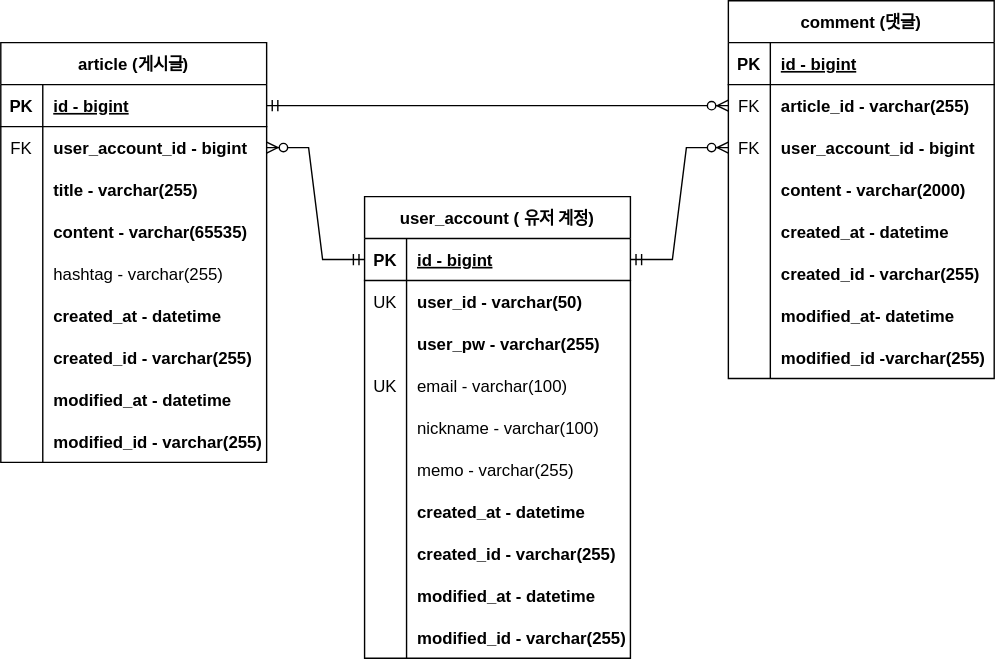
Earlier version of the draw.io export document/board-erd.svg (jinnnii/fastcampus-backend-board). Source tidied: cells renumbered, new cells last; positions are measured from the earlier drawing's top-left corner, leaving out a move shared by most shapes.
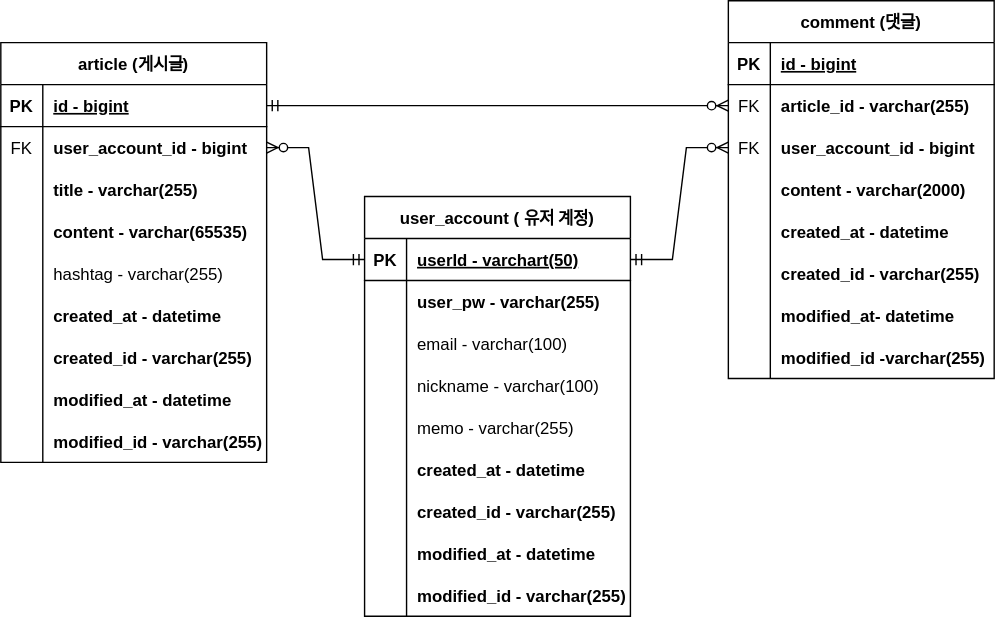
After the change.

The edit, as a diff of the source:
```diff
@@ -165,7 +165,7 @@
       <mxGeometry relative="1" as="geometry" />
     </mxCell>
     <mxCell id="56" value="user_account ( 유저 계정)" style="shape=table;startSize=30;rowLines=0;fontStyle=1;align=center;" parent="1" vertex="1">
-      <mxGeometry x="260" y="140" width="190" height="330" as="geometry" />
+      <mxGeometry x="260" y="140" width="190" height="300" as="geometry" />
     </mxCell>
     <mxCell id="57" style="shape=tableRow;horizontal=0;startSize=0;swimlaneHead=0;swimlaneBody=0;fillColor=none;points=[[0,0.5],[1,0.5]];portConstraint=eastwest;top=0;left=0;right=0;bottom=1;" parent="56" vertex="1">
       <mxGeometry y="30" width="190" height="30" as="geometry" />
@@ -173,20 +173,11 @@
     <mxCell id="58" value="PK" style="shape=partialRectangle;fillColor=none;top=0;left=0;bottom=0;right=0;fontStyle=1;overflow=hidden;" parent="57" vertex="1">
       <mxGeometry width="30" height="30" as="geometry" />
     </mxCell>
-    <mxCell id="59" value="id - bigint" style="shape=partialRectangle;fillColor=none;top=0;left=0;bottom=0;right=0;align=left;spacingLeft=6;fontStyle=5;overflow=hidden;" parent="57" vertex="1">
+    <mxCell id="59" value="userId - varchart(50)" style="shape=partialRectangle;fillColor=none;top=0;left=0;bottom=0;right=0;align=left;spacingLeft=6;fontStyle=5;overflow=hidden;" parent="57" vertex="1">
       <mxGeometry x="30" width="160" height="30" as="geometry" />
     </mxCell>
-    <mxCell id="60" style="shape=tableRow;horizontal=0;startSize=0;swimlaneHead=0;swimlaneBody=0;fillColor=none;top=0;left=0;right=0;bottom=0;" parent="56" vertex="1">
-      <mxGeometry y="60" width="190" height="30" as="geometry" />
-    </mxCell>
-    <mxCell id="61" value="UK" style="shape=partialRectangle;fillColor=none;top=0;left=0;bottom=0;right=0;overflow=hidden;" parent="60" vertex="1">
-      <mxGeometry width="30" height="30" as="geometry" />
-    </mxCell>
-    <mxCell id="62" value="user_id - varchar(50)" style="shape=partialRectangle;fillColor=none;top=0;left=0;bottom=0;right=0;align=left;spacingLeft=6;overflow=hidden;fontStyle=1;" parent="60" vertex="1">
-      <mxGeometry x="30" width="160" height="30" as="geometry" />
-    </mxCell>
     <mxCell id="63" style="shape=tableRow;horizontal=0;startSize=0;swimlaneHead=0;swimlaneBody=0;fillColor=none;top=0;left=0;right=0;bottom=0;" parent="56" vertex="1">
-      <mxGeometry y="90" width="190" height="30" as="geometry" />
+      <mxGeometry y="60" width="190" height="30" as="geometry" />
     </mxCell>
     <mxCell id="64" style="shape=partialRectangle;fillColor=none;top=0;left=0;bottom=0;right=0;overflow=hidden;" parent="63" vertex="1">
       <mxGeometry width="30" height="30" as="geometry" />
@@ -195,16 +186,16 @@
       <mxGeometry x="30" width="160" height="30" as="geometry" />
     </mxCell>
     <mxCell id="66" style="shape=tableRow;horizontal=0;startSize=0;swimlaneHead=0;swimlaneBody=0;fillColor=none;top=0;left=0;right=0;bottom=0;" parent="56" vertex="1">
-      <mxGeometry y="120" width="190" height="30" as="geometry" />
+      <mxGeometry y="90" width="190" height="30" as="geometry" />
     </mxCell>
-    <mxCell id="67" value="UK" style="shape=partialRectangle;fillColor=none;top=0;left=0;bottom=0;right=0;overflow=hidden;" parent="66" vertex="1">
+    <mxCell id="67" style="shape=partialRectangle;fillColor=none;top=0;left=0;bottom=0;right=0;overflow=hidden;" parent="66" vertex="1">
       <mxGeometry width="30" height="30" as="geometry" />
     </mxCell>
     <mxCell id="68" value="email - varchar(100)" style="shape=partialRectangle;fillColor=none;top=0;left=0;bottom=0;right=0;align=left;spacingLeft=6;overflow=hidden;fontStyle=0;" parent="66" vertex="1">
       <mxGeometry x="30" width="160" height="30" as="geometry" />
     </mxCell>
     <mxCell id="69" style="shape=tableRow;horizontal=0;startSize=0;swimlaneHead=0;swimlaneBody=0;fillColor=none;top=0;left=0;right=0;bottom=0;" parent="56" vertex="1">
-      <mxGeometry y="150" width="190" height="30" as="geometry" />
+      <mxGeometry y="120" width="190" height="30" as="geometry" />
     </mxCell>
     <mxCell id="70" style="shape=partialRectangle;fillColor=none;top=0;left=0;bottom=0;right=0;overflow=hidden;" parent="69" vertex="1">
       <mxGeometry width="30" height="30" as="geometry" />
@@ -213,7 +204,7 @@
       <mxGeometry x="30" width="160" height="30" as="geometry" />
     </mxCell>
     <mxCell id="72" style="shape=tableRow;horizontal=0;startSize=0;swimlaneHead=0;swimlaneBody=0;fillColor=none;top=0;left=0;right=0;bottom=0;" parent="56" vertex="1">
-      <mxGeometry y="180" width="190" height="30" as="geometry" />
+      <mxGeometry y="150" width="190" height="30" as="geometry" />
     </mxCell>
     <mxCell id="73" style="shape=partialRectangle;fillColor=none;top=0;left=0;bottom=0;right=0;overflow=hidden;" parent="72" vertex="1">
       <mxGeometry width="30" height="30" as="geometry" />
@@ -222,7 +213,7 @@
       <mxGeometry x="30" width="160" height="30" as="geometry" />
     </mxCell>
     <mxCell id="75" style="shape=tableRow;horizontal=0;startSize=0;swimlaneHead=0;swimlaneBody=0;fillColor=none;top=0;left=0;right=0;bottom=0;" parent="56" vertex="1">
-      <mxGeometry y="210" width="190" height="30" as="geometry" />
+      <mxGeometry y="180" width="190" height="30" as="geometry" />
     </mxCell>
     <mxCell id="76" style="shape=partialRectangle;fillColor=none;top=0;left=0;bottom=0;right=0;overflow=hidden;" parent="75" vertex="1">
       <mxGeometry width="30" height="30" as="geometry" />
@@ -231,7 +222,7 @@
       <mxGeometry x="30" width="160" height="30" as="geometry" />
     </mxCell>
     <mxCell id="78" style="shape=tableRow;horizontal=0;startSize=0;swimlaneHead=0;swimlaneBody=0;fillColor=none;top=0;left=0;right=0;bottom=0;" parent="56" vertex="1">
-      <mxGeometry y="240" width="190" height="30" as="geometry" />
+      <mxGeometry y="210" width="190" height="30" as="geometry" />
     </mxCell>
     <mxCell id="79" style="shape=partialRectangle;fillColor=none;top=0;left=0;bottom=0;right=0;overflow=hidden;" parent="78" vertex="1">
       <mxGeometry width="30" height="30" as="geometry" />
@@ -240,7 +231,7 @@
       <mxGeometry x="30" width="160" height="30" as="geometry" />
     </mxCell>
     <mxCell id="81" style="shape=tableRow;horizontal=0;startSize=0;swimlaneHead=0;swimlaneBody=0;fillColor=none;top=0;left=0;right=0;bottom=0;" parent="56" vertex="1">
-      <mxGeometry y="270" width="190" height="30" as="geometry" />
+      <mxGeometry y="240" width="190" height="30" as="geometry" />
     </mxCell>
     <mxCell id="82" style="shape=partialRectangle;fillColor=none;top=0;left=0;bottom=0;right=0;overflow=hidden;" parent="81" vertex="1">
       <mxGeometry width="30" height="30" as="geometry" />
@@ -249,7 +240,7 @@
       <mxGeometry x="30" width="160" height="30" as="geometry" />
     </mxCell>
     <mxCell id="84" style="shape=tableRow;horizontal=0;startSize=0;swimlaneHead=0;swimlaneBody=0;fillColor=none;top=0;left=0;right=0;bottom=0;" parent="56" vertex="1">
-      <mxGeometry y="300" width="190" height="30" as="geometry" />
+      <mxGeometry y="270" width="190" height="30" as="geometry" />
     </mxCell>
     <mxCell id="85" style="shape=partialRectangle;fillColor=none;top=0;left=0;bottom=0;right=0;overflow=hidden;" parent="84" vertex="1">
       <mxGeometry width="30" height="30" as="geometry" />
```
